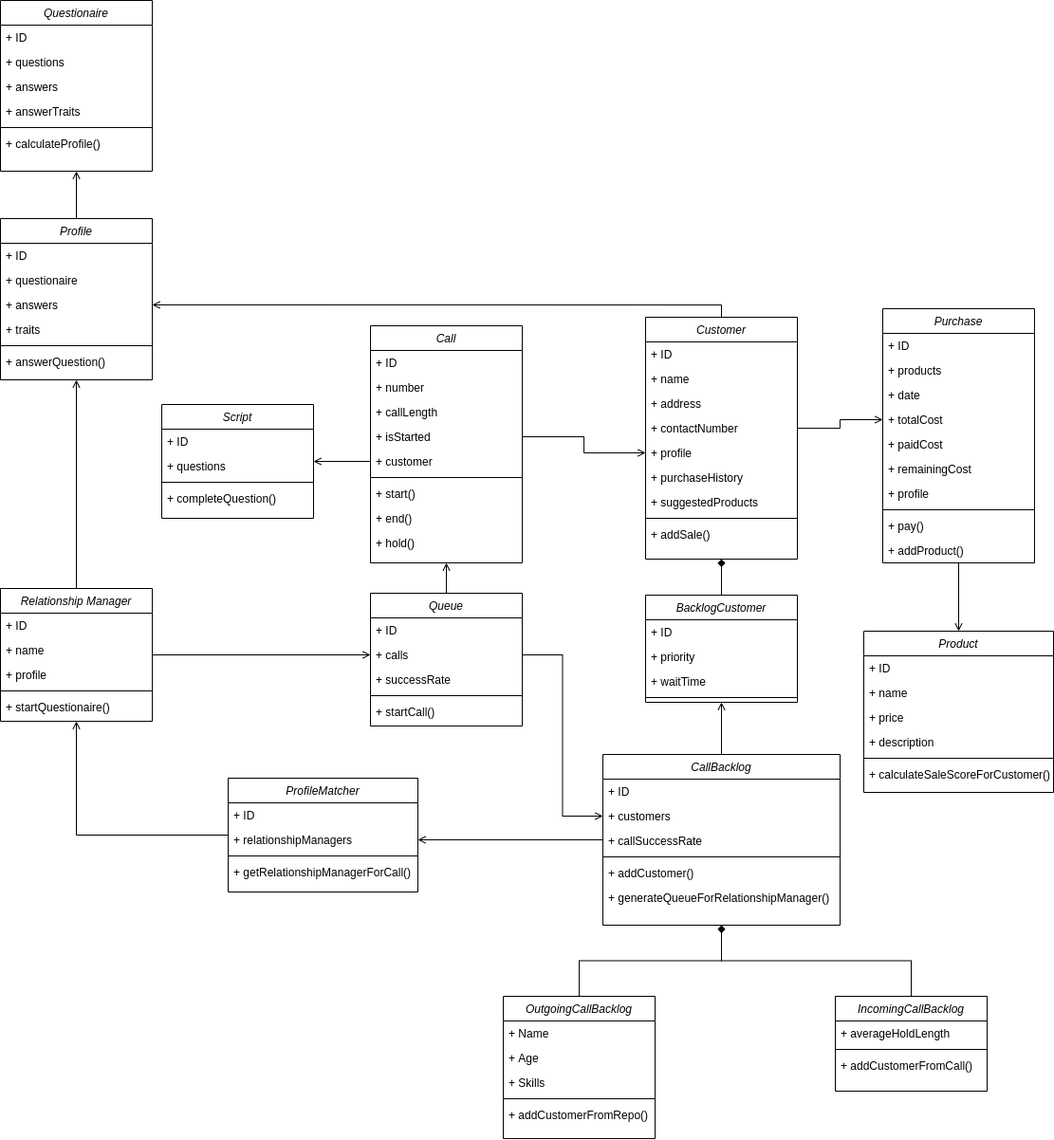
The draw.io diagram cd_cmc.png in younesDev00/InformationSystems, before a commit. Source tidied: cells renumbered, new cells last; positions are measured from the earlier drawing's top-left corner, leaving out a move shared by most shapes.
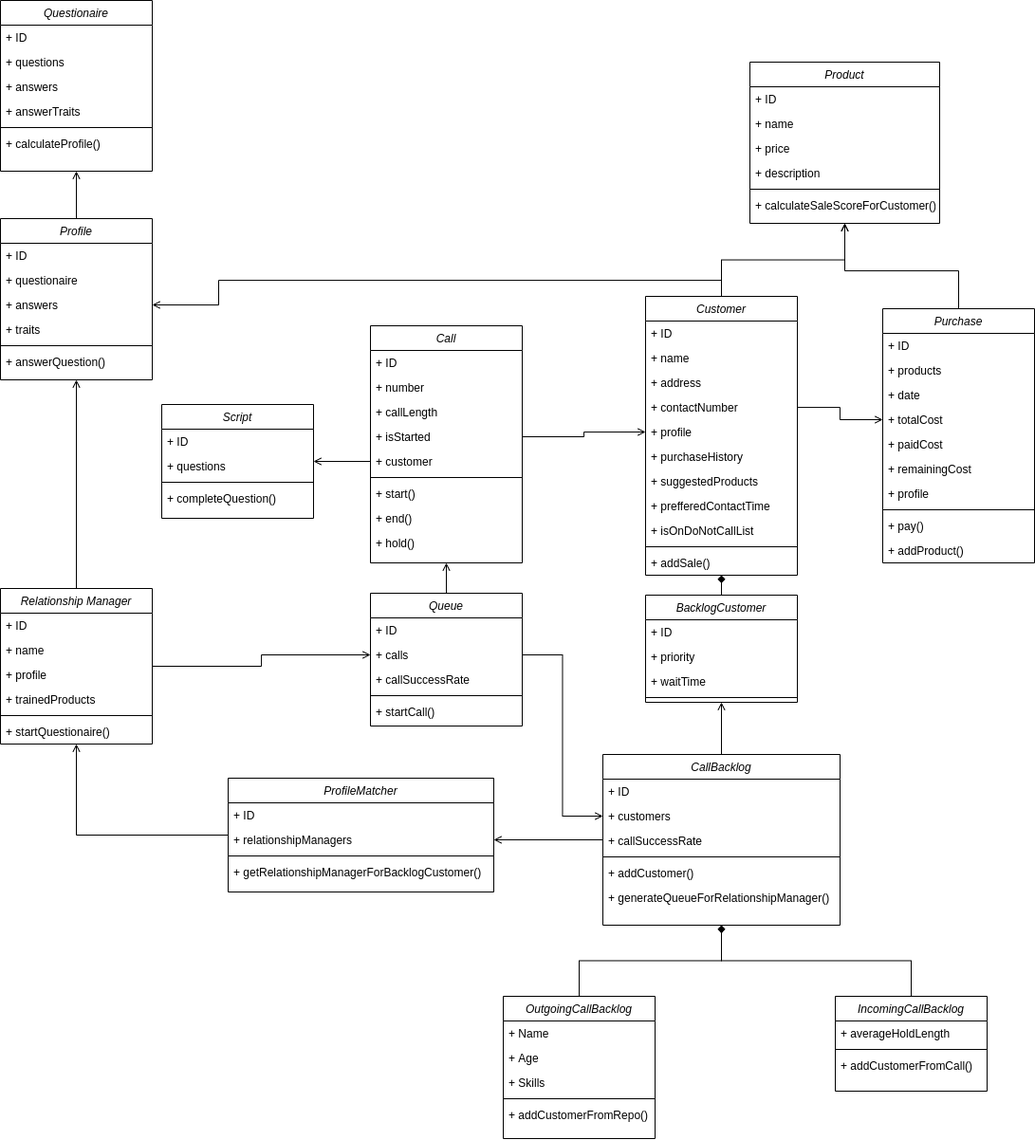
After the change.

Commit message:
Added trainedProducts, do not call list and customer products to class diagram (closes #35, closes #32)

Diff of the diagram source:
```diff
@@ -35,7 +35,7 @@
     <mxCell id="12" value="+ calls" style="text;align=left;verticalAlign=top;spacingLeft=4;spacingRight=4;overflow=hidden;points=[[0,0.5],[1,0.5]];portConstraint=eastwest;rounded=0;shadow=0;html=0;" parent="10" vertex="1">
       <mxGeometry y="52" width="160" height="26" as="geometry" />
     </mxCell>
-    <mxCell id="13" value="+ successRate" style="text;align=left;verticalAlign=top;spacingLeft=4;spacingRight=4;overflow=hidden;rounded=0;shadow=0;html=0;" parent="10" vertex="1">
+    <mxCell id="13" value="+ callSuccessRate" style="text;align=left;verticalAlign=top;spacingLeft=4;spacingRight=4;overflow=hidden;rounded=0;shadow=0;html=0;" parent="10" vertex="1">
       <mxGeometry y="78" width="160" height="26" as="geometry" />
     </mxCell>
     <mxCell id="14" style="line;html=1;strokeWidth=1;align=left;verticalAlign=middle;spacingTop=-1;spacingLeft=3;spacingRight=3;labelPosition=right;" parent="10" vertex="1">
@@ -68,12 +68,19 @@
     <mxCell id="23" style="edgeStyle=orthogonalEdgeStyle;rounded=0;jettySize=auto;html=1;entryX=1;entryY=0.5;entryDx=0;entryDy=0;endArrow=open;endFill=0;" parent="1" edge="1" source="104" target="51">
       <mxGeometry relative="1" as="geometry">
         <Array as="points">
-          <mxPoint x="760" y="321" />
+          <mxPoint x="760" y="295" />
+          <mxPoint x="230" y="295" />
+          <mxPoint x="230" y="321" />
         </Array>
       </mxGeometry>
     </mxCell>
-    <mxCell id="24" style="edgeStyle=orthogonalEdgeStyle;rounded=0;jettySize=auto;html=1;entryX=0.5;entryY=0;entryDx=0;entryDy=0;endArrow=open;endFill=0;" parent="1" edge="1" source="25" target="96">
-      <mxGeometry relative="1" as="geometry" />
+    <mxCell id="24" style="edgeStyle=orthogonalEdgeStyle;rounded=0;jettySize=auto;html=1;entryX=0.5;entryY=1;entryDx=0;entryDy=0;endArrow=open;endFill=0;" parent="1" edge="1" source="25" target="96">
+      <mxGeometry relative="1" as="geometry">
+        <Array as="points">
+          <mxPoint x="1010" y="285" />
+          <mxPoint x="890" y="285" />
+        </Array>
+      </mxGeometry>
     </mxCell>
     <mxCell id="25" value="Purchase" style="swimlane;fontStyle=2;align=center;verticalAlign=top;horizontal=1;startSize=26;rounded=0;shadow=0;strokeWidth=1;" parent="1" vertex="1">
       <mxGeometry x="930" y="325" width="160" height="268" as="geometry" />
@@ -205,7 +212,7 @@
       <mxGeometry y="86" width="160" height="26" as="geometry" />
     </mxCell>
     <mxCell id="68" value="Relationship Manager" style="swimlane;fontStyle=2;align=center;verticalAlign=top;horizontal=1;startSize=26;rounded=0;shadow=0;strokeWidth=1;" parent="1" vertex="1">
-      <mxGeometry y="620" width="160" height="140" as="geometry" />
+      <mxGeometry y="620" width="160" height="164" as="geometry" />
     </mxCell>
     <mxCell id="69" value="+ ID" style="text;align=left;verticalAlign=top;spacingLeft=4;spacingRight=4;overflow=hidden;" parent="68" vertex="1">
       <mxGeometry y="26" width="160" height="26" as="geometry" />
@@ -216,26 +223,29 @@
     <mxCell id="71" value="+ profile" style="text;align=left;verticalAlign=top;spacingLeft=4;spacingRight=4;overflow=hidden;rounded=0;shadow=0;html=0;" parent="68" vertex="1">
       <mxGeometry y="78" width="160" height="26" as="geometry" />
     </mxCell>
+    <mxCell id="114" value="+ trainedProducts" style="text;align=left;verticalAlign=top;spacingLeft=4;spacingRight=4;overflow=hidden;rounded=0;shadow=0;html=0;" parent="68" vertex="1">
+      <mxGeometry y="104" width="160" height="26" as="geometry" />
+    </mxCell>
     <mxCell id="72" style="line;html=1;strokeWidth=1;align=left;verticalAlign=middle;spacingTop=-1;spacingLeft=3;spacingRight=3;labelPosition=right;" parent="68" vertex="1">
-      <mxGeometry y="104" width="160" height="8" as="geometry" />
+      <mxGeometry y="130" width="160" height="8" as="geometry" />
     </mxCell>
     <mxCell id="73" value="+ startQuestionaire()" style="text;align=left;verticalAlign=top;spacingLeft=4;spacingRight=4;overflow=hidden;" parent="68" vertex="1">
-      <mxGeometry y="112" width="160" height="26" as="geometry" />
+      <mxGeometry y="138" width="160" height="26" as="geometry" />
     </mxCell>
     <mxCell id="74" value="ProfileMatcher" style="swimlane;fontStyle=2;align=center;verticalAlign=top;horizontal=1;startSize=26;rounded=0;shadow=0;strokeWidth=1;" parent="1" vertex="1">
-      <mxGeometry x="240" y="820" width="200" height="120" as="geometry" />
+      <mxGeometry x="240" y="820" width="280" height="120" as="geometry" />
     </mxCell>
     <mxCell id="75" value="+ ID" style="text;align=left;verticalAlign=top;spacingLeft=4;spacingRight=4;overflow=hidden;" parent="74" vertex="1">
-      <mxGeometry y="26" width="200" height="26" as="geometry" />
+      <mxGeometry y="26" width="280" height="26" as="geometry" />
     </mxCell>
     <mxCell id="76" value="+ relationshipManagers" style="text;align=left;verticalAlign=top;spacingLeft=4;spacingRight=4;overflow=hidden;points=[[0,0.5],[1,0.5]];portConstraint=eastwest;rounded=0;shadow=0;html=0;" parent="74" vertex="1">
-      <mxGeometry y="52" width="200" height="26" as="geometry" />
+      <mxGeometry y="52" width="280" height="26" as="geometry" />
     </mxCell>
     <mxCell id="77" style="line;html=1;strokeWidth=1;align=left;verticalAlign=middle;spacingTop=-1;spacingLeft=3;spacingRight=3;labelPosition=right;" parent="74" vertex="1">
-      <mxGeometry y="78" width="200" height="8" as="geometry" />
+      <mxGeometry y="78" width="280" height="8" as="geometry" />
     </mxCell>
-    <mxCell id="78" value="+ getRelationshipManagerForCall()" style="text;align=left;verticalAlign=top;spacingLeft=4;spacingRight=4;overflow=hidden;" parent="74" vertex="1">
-      <mxGeometry y="86" width="200" height="26" as="geometry" />
+    <mxCell id="78" value="+ getRelationshipManagerForBacklogCustomer()" style="text;align=left;verticalAlign=top;spacingLeft=4;spacingRight=4;overflow=hidden;" parent="74" vertex="1">
+      <mxGeometry y="86" width="280" height="26" as="geometry" />
     </mxCell>
     <mxCell id="79" value="CallBacklog" style="swimlane;fontStyle=2;align=center;verticalAlign=top;horizontal=1;startSize=26;rounded=0;shadow=0;strokeWidth=1;" parent="1" vertex="1">
       <mxGeometry x="635" y="795" width="250" height="180" as="geometry" />
@@ -288,8 +298,14 @@
     <mxCell id="95" value="+ addCustomerFromRepo()" style="text;align=left;verticalAlign=top;spacingLeft=4;spacingRight=4;overflow=hidden;" parent="90" vertex="1">
       <mxGeometry y="112" width="160" height="26" as="geometry" />
     </mxCell>
+    <mxCell id="103" style="edgeStyle=orthogonalEdgeStyle;rounded=0;jettySize=auto;html=1;entryX=0;entryY=0.5;entryDx=0;entryDy=0;endArrow=open;endFill=0;" parent="1" edge="1" source="40" target="109">
+      <mxGeometry relative="1" as="geometry" />
+    </mxCell>
+    <mxCell id="115" style="edgeStyle=orthogonalEdgeStyle;rounded=0;jettySize=auto;html=1;entryX=0.5;entryY=1;entryDx=0;entryDy=0;endArrow=open;endFill=0;" parent="1" edge="1" source="104" target="96">
+      <mxGeometry relative="1" as="geometry" />
+    </mxCell>
     <mxCell id="96" value="Product" style="swimlane;fontStyle=2;align=center;verticalAlign=top;horizontal=1;startSize=26;rounded=0;shadow=0;strokeWidth=1;" parent="1" vertex="1">
-      <mxGeometry x="910" y="665" width="200" height="170" as="geometry" />
+      <mxGeometry x="790" y="65" width="200" height="170" as="geometry" />
     </mxCell>
     <mxCell id="97" value="+ ID" style="text;align=left;verticalAlign=top;spacingLeft=4;spacingRight=4;overflow=hidden;" parent="96" vertex="1">
       <mxGeometry y="26" width="200" height="26" as="geometry" />
@@ -309,11 +325,8 @@
     <mxCell id="102" value="+ calculateSaleScoreForCustomer()" style="text;align=left;verticalAlign=top;spacingLeft=4;spacingRight=4;overflow=hidden;" parent="96" vertex="1">
       <mxGeometry y="138" width="200" height="26" as="geometry" />
     </mxCell>
-    <mxCell id="103" style="edgeStyle=orthogonalEdgeStyle;rounded=0;jettySize=auto;html=1;entryX=0;entryY=0.5;entryDx=0;entryDy=0;endArrow=open;endFill=0;" parent="1" edge="1" source="40" target="109">
-      <mxGeometry relative="1" as="geometry" />
-    </mxCell>
     <mxCell id="104" value="Customer" style="swimlane;fontStyle=2;align=center;verticalAlign=top;horizontal=1;startSize=26;rounded=0;shadow=0;strokeWidth=1;" parent="1" vertex="1">
-      <mxGeometry x="680" y="334" width="160" height="255" as="geometry" />
+      <mxGeometry x="680" y="312" width="160" height="294" as="geometry" />
     </mxCell>
     <mxCell id="105" value="+ ID" style="text;align=left;verticalAlign=top;spacingLeft=4;spacingRight=4;overflow=hidden;" parent="104" vertex="1">
       <mxGeometry y="26" width="160" height="26" as="geometry" />
@@ -336,11 +349,17 @@
     <mxCell id="111" value="+ suggestedProducts" style="text;align=left;verticalAlign=top;spacingLeft=4;spacingRight=4;overflow=hidden;rounded=0;shadow=0;html=0;" parent="104" vertex="1">
       <mxGeometry y="182" width="160" height="26" as="geometry" />
     </mxCell>
+    <mxCell id="116" value="+ prefferedContactTime" style="text;align=left;verticalAlign=top;spacingLeft=4;spacingRight=4;overflow=hidden;rounded=0;shadow=0;html=0;" parent="104" vertex="1">
+      <mxGeometry y="208" width="160" height="26" as="geometry" />
+    </mxCell>
+    <mxCell id="117" value="+ isOnDoNotCallList" style="text;align=left;verticalAlign=top;spacingLeft=4;spacingRight=4;overflow=hidden;rounded=0;shadow=0;html=0;" parent="104" vertex="1">
+      <mxGeometry y="234" width="160" height="26" as="geometry" />
+    </mxCell>
     <mxCell id="112" style="line;html=1;strokeWidth=1;align=left;verticalAlign=middle;spacingTop=-1;spacingLeft=3;spacingRight=3;labelPosition=right;" parent="104" vertex="1">
-      <mxGeometry y="208" width="160" height="8" as="geometry" />
+      <mxGeometry y="260" width="160" height="8" as="geometry" />
     </mxCell>
     <mxCell id="113" value="+ addSale()" style="text;align=left;verticalAlign=top;spacingLeft=4;spacingRight=4;overflow=hidden;" parent="104" vertex="1">
-      <mxGeometry y="216" width="160" height="26" as="geometry" />
+      <mxGeometry y="268" width="160" height="26" as="geometry" />
     </mxCell>
   </root>
 </mxGraphModel>
```
